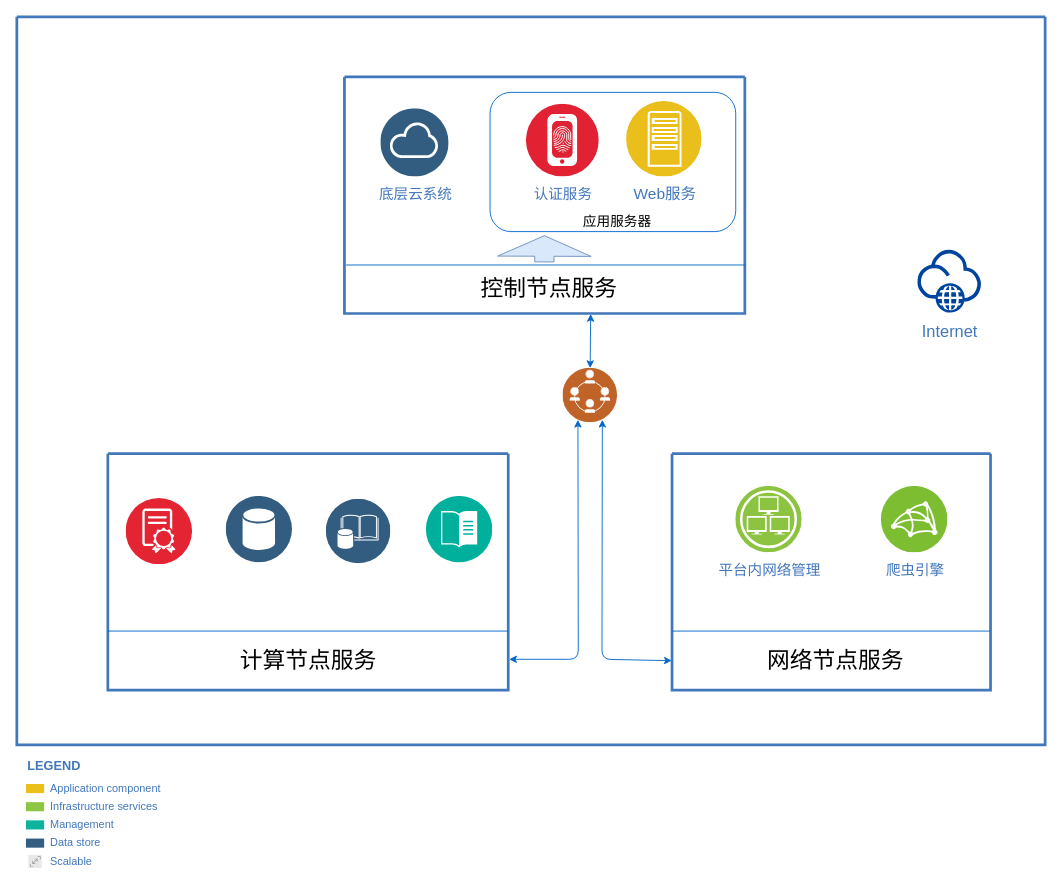
The draw.io diagram 知识图谱平台框架图.drawio in yhx123hero/CyberspaceSecurity_NER, before the edit. Source tidied: cells renumbered, new cells numbered last; positions are measured from the earlier drawing's top-left corner, leaving out a move shared by most shapes. Both pictures are drawn from the tidied source at 91%, with x=0, y=0 at pixel (16, 16).
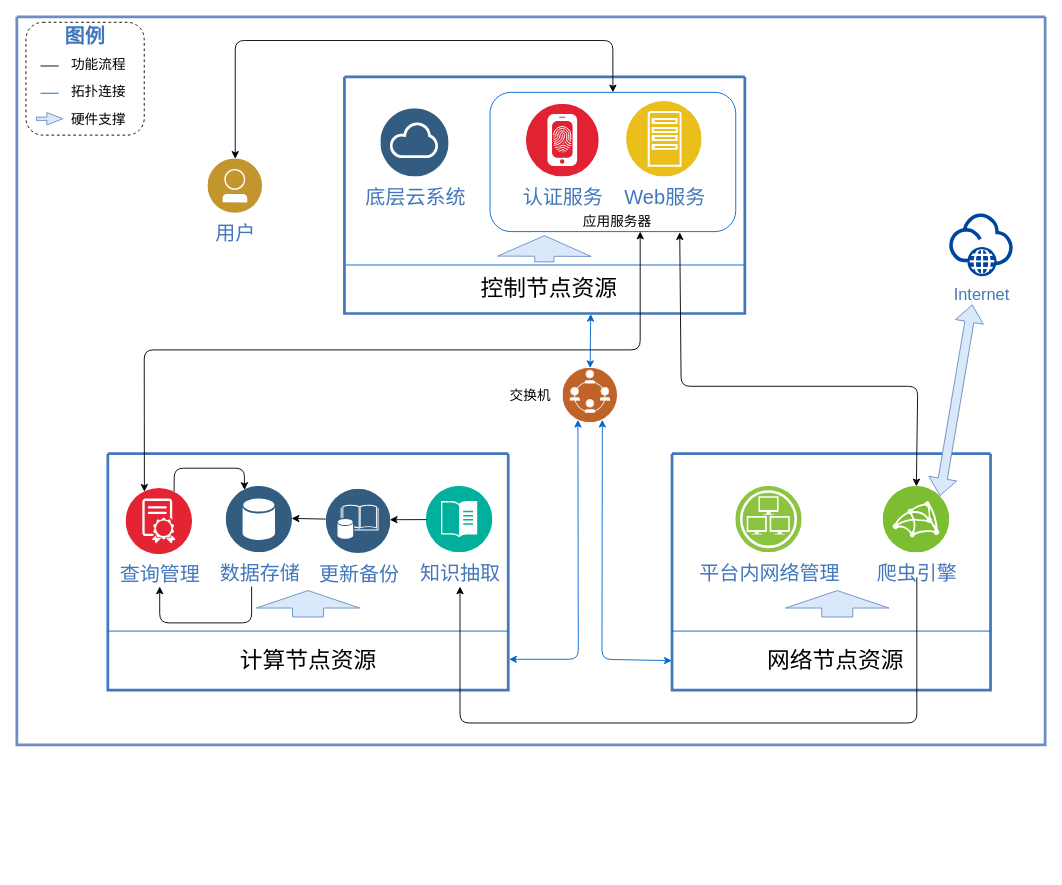
Above is the later version.

Commit message (it also covers changes not shown here):
更新知识图谱平台框架图.drawio

The change refers to these unchanged cells:
```xml
<mxCell id="3" style="swimlane;shadow=0;strokeColor=#4277BB;fillColor=#ffffff;fontColor=#4277BB;align=right;startSize=0;strokeWidth=3;" parent="2" vertex="1">
  <mxGeometry x="720" y="480" width="350" height="260" as="geometry" />
</mxCell>
<mxCell id="7" style="swimlane;shadow=0;strokeColor=#4277BB;fillColor=#ffffff;fontColor=#4277BB;align=right;startSize=0;strokeWidth=3;" parent="2" vertex="1">
  <mxGeometry x="100" y="480" width="440" height="260" as="geometry" />
</mxCell>
<mxCell id="13" style="swimlane;shadow=0;strokeColor=#4277BB;fillColor=#ffffff;fontColor=#4277BB;align=right;startSize=0;strokeWidth=3;fontSize=17;" parent="2" vertex="1">
  <mxGeometry x="360" y="66" width="440" height="260" as="geometry" />
</mxCell>
<mxCell id="14" style="rounded=1;whiteSpace=wrap;html=1;fontSize=17;strokeColor=#0066CC;fillColor=none;verticalAlign=bottom;" parent="13" vertex="1">
  <mxGeometry x="160" y="17" width="270" height="153" as="geometry" />
</mxCell>
```

Diff of the diagram source:
```diff
@@
-    <mxCell id="2" style="swimlane;shadow=0;strokeColor=#4277BB;fillColor=#ffffff;fontColor=#4277BB;align=right;startSize=0;strokeWidth=3;fontSize=13;" parent="1" vertex="1">
+    <mxCell id="2" style="swimlane;shadow=0;strokeColor=#6c8ebf;fillColor=#dae8fc;align=right;startSize=0;strokeWidth=3;fontSize=13;" parent="1" vertex="1">
       <mxGeometry width="1130" height="800" as="geometry" />
     </mxCell>
@@
-    <mxCell id="4" value="爬虫引擎" style="perimeter=ellipsePerimeter;html=1;align=center;shadow=0;dashed=0;fontColor=#4277BB;labelBackgroundColor=#ffffff;fontSize=16;spacingTop=3;image;image=img/lib/ibm/infrastructure/microservices_mesh.svg;strokeColor=#0066CC;fillColor=none;" parent="3" vertex="1">
-      <mxGeometry x="230" y="36" width="73" height="73" as="geometry" />
+    <mxCell id="4" value="爬虫引擎" style="perimeter=ellipsePerimeter;html=1;align=center;shadow=0;dashed=0;fontColor=#4277BB;labelBackgroundColor=#ffffff;fontSize=22;spacingTop=3;image;image=img/lib/ibm/infrastructure/microservices_mesh.svg;strokeColor=#0066CC;fillColor=none;" parent="3" vertex="1">
+      <mxGeometry x="232" y="36" width="73" height="73" as="geometry" />
     </mxCell>
-    <mxCell id="5" value="平台内网络管理" style="perimeter=ellipsePerimeter;html=1;align=center;shadow=0;dashed=0;fontColor=#4277BB;labelBackgroundColor=#ffffff;fontSize=16;spacingTop=3;image;image=img/lib/ibm/infrastructure/infrastructure_services.svg;strokeColor=#0066CC;fillColor=none;" parent="3" vertex="1">
+    <mxCell id="5" value="平台内网络管理" style="perimeter=ellipsePerimeter;html=1;align=center;shadow=0;dashed=0;fontColor=#4277BB;labelBackgroundColor=#ffffff;fontSize=22;spacingTop=3;image;image=img/lib/ibm/infrastructure/infrastructure_services.svg;strokeColor=#0066CC;fillColor=none;" parent="3" vertex="1">
       <mxGeometry x="70" y="36" width="73" height="73" as="geometry" />
     </mxCell>
-    <mxCell id="6" value="&lt;font style=&quot;font-size: 25px&quot;&gt;网络节点服务&lt;/font&gt;" style="text;html=1;strokeColor=none;fillColor=none;align=center;verticalAlign=middle;whiteSpace=wrap;rounded=0;fontSize=16;" parent="3" vertex="1">
+    <mxCell id="6" value="&lt;font style=&quot;font-size: 25px&quot;&gt;网络节点资源&lt;/font&gt;" style="text;html=1;strokeColor=none;fillColor=none;align=center;verticalAlign=middle;whiteSpace=wrap;rounded=0;fontSize=16;" parent="3" vertex="1">
       <mxGeometry x="100" y="216" width="160" height="20" as="geometry" />
     </mxCell>
+    <mxCell id="35" style="shape=flexArrow;endArrow=classic;html=1;strokeColor=#6c8ebf;fontSize=15;endWidth=78.61111111111111;endSize=6.055555555555555;width=34.166666666666664;fillColor=#dae8fc;" parent="3" edge="1">
+      <mxGeometry relative="1" as="geometry">
+        <mxPoint x="181.6" y="180" as="sourcePoint" />
+        <mxPoint x="181.6" y="150" as="targetPoint" />
+      </mxGeometry>
+    </mxCell>
@@
-    <mxCell id="8" style="perimeter=ellipsePerimeter;html=1;align=center;shadow=0;dashed=0;fontColor=#4277BB;labelBackgroundColor=#ffffff;fontSize=12;spacingTop=3;image;image=img/lib/ibm/management/content_management.svg;strokeColor=#0066CC;fillColor=none;" parent="7" vertex="1">
-      <mxGeometry x="350" y="47" width="73" height="73" as="geometry" />
+    <mxCell id="8" value="知识抽取" style="perimeter=ellipsePerimeter;html=1;align=center;shadow=0;dashed=0;fontColor=#4277BB;labelBackgroundColor=#ffffff;fontSize=22;spacingTop=3;image;image=img/lib/ibm/management/content_management.svg;strokeColor=#0066CC;fillColor=none;" parent="7" vertex="1">
+      <mxGeometry x="350" y="36" width="73" height="73" as="geometry" />
     </mxCell>
-    <mxCell id="9" value="&lt;span style=&quot;font-size: 25px&quot;&gt;计算节点服务&lt;/span&gt;" style="text;html=1;strokeColor=none;fillColor=none;align=center;verticalAlign=middle;whiteSpace=wrap;rounded=0;fontSize=16;" parent="7" vertex="1">
+    <mxCell id="9" value="&lt;span style=&quot;font-size: 25px&quot;&gt;计算节点资源&lt;/span&gt;" style="text;html=1;strokeColor=none;fillColor=none;align=center;verticalAlign=middle;whiteSpace=wrap;rounded=0;fontSize=16;" parent="7" vertex="1">
       <mxGeometry x="142.5" y="216" width="155" height="20" as="geometry" />
     </mxCell>
-    <mxCell id="10" style="perimeter=ellipsePerimeter;html=1;align=center;shadow=0;dashed=0;fontColor=#4277BB;labelBackgroundColor=#ffffff;fontSize=12;spacingTop=3;image;image=img/lib/ibm/data/data_services.svg;strokeColor=#0066CC;fillColor=none;" parent="7" vertex="1">
-      <mxGeometry x="130" y="47" width="73" height="73" as="geometry" />
+    <mxCell id="10" value="数据存储" style="perimeter=ellipsePerimeter;html=1;align=center;shadow=0;dashed=0;fontColor=#4277BB;labelBackgroundColor=#ffffff;fontSize=22;spacingTop=3;image;image=img/lib/ibm/data/data_services.svg;strokeColor=#0066CC;fillColor=none;" parent="7" vertex="1">
+      <mxGeometry x="130" y="36" width="73" height="73" as="geometry" />
     </mxCell>
-    <mxCell id="11" style="perimeter=ellipsePerimeter;html=1;align=center;shadow=0;dashed=0;fontColor=#4277BB;labelBackgroundColor=#ffffff;fontSize=12;spacingTop=3;image;image=img/lib/ibm/data/enterprise_data.svg;strokeColor=#0066CC;fillColor=none;" parent="7" vertex="1">
-      <mxGeometry x="240" y="50" width="71" height="71" as="geometry" />
+    <mxCell id="11" value="更新备份" style="perimeter=ellipsePerimeter;html=1;align=center;shadow=0;dashed=0;fontColor=#4277BB;labelBackgroundColor=#ffffff;fontSize=22;spacingTop=3;image;image=img/lib/ibm/data/enterprise_data.svg;strokeColor=#0066CC;fillColor=none;" parent="7" vertex="1">
+      <mxGeometry x="240" y="39" width="71" height="71" as="geometry" />
     </mxCell>
-    <mxCell id="12" style="perimeter=ellipsePerimeter;html=1;align=center;shadow=0;dashed=0;fontColor=#4277BB;labelBackgroundColor=#ffffff;fontSize=12;spacingTop=3;image;image=img/lib/ibm/blockchain/e_cert.svg;strokeColor=#0066CC;fillColor=none;" parent="7" vertex="1">
-      <mxGeometry x="20" y="49" width="73" height="73" as="geometry" />
+    <mxCell id="12" value="查询管理" style="perimeter=ellipsePerimeter;html=1;align=center;shadow=0;dashed=0;fontColor=#4277BB;labelBackgroundColor=#ffffff;fontSize=22;spacingTop=3;image;image=img/lib/ibm/blockchain/e_cert.svg;strokeColor=#0066CC;fillColor=none;" parent="7" vertex="1">
+      <mxGeometry x="20" y="38" width="73" height="73" as="geometry" />
     </mxCell>
+    <mxCell id="36" style="shape=flexArrow;endArrow=classic;html=1;strokeColor=#6c8ebf;fontSize=15;endWidth=78.61111111111111;endSize=6.055555555555555;width=34.166666666666664;fillColor=#dae8fc;" parent="7" edge="1">
+      <mxGeometry relative="1" as="geometry">
+        <mxPoint x="220" y="180" as="sourcePoint" />
+        <mxPoint x="220" y="150" as="targetPoint" />
+      </mxGeometry>
+    </mxCell>
+    <mxCell id="37" style="html=1;labelBackgroundColor=#ffffff;endArrow=classic;endFill=1;endSize=6;jettySize=auto;strokeWidth=1;fontSize=14;exitX=0;exitY=0.5;exitDx=0;exitDy=0;entryX=0.984;entryY=0.473;entryDx=0;entryDy=0;entryPerimeter=0;" parent="7" edge="1" source="8" target="11">
+      <mxGeometry relative="1" as="geometry" />
+    </mxCell>
+    <mxCell id="38" style="html=1;labelBackgroundColor=#ffffff;endArrow=classic;endFill=1;endSize=6;jettySize=auto;strokeWidth=1;fontSize=14;exitX=-0.006;exitY=0.464;exitDx=0;exitDy=0;entryX=0.986;entryY=0.482;entryDx=0;entryDy=0;exitPerimeter=0;entryPerimeter=0;" parent="7" edge="1" source="11" target="10">
+      <mxGeometry relative="1" as="geometry" />
+    </mxCell>
+    <mxCell id="39" style="html=1;labelBackgroundColor=#ffffff;endArrow=classic;endFill=1;endSize=6;jettySize=auto;orthogonalLoop=1;strokeWidth=1;fontSize=14;" parent="7" edge="1">
+      <mxGeometry relative="1" as="geometry">
+        <mxPoint x="158" y="146" as="sourcePoint" />
+        <mxPoint x="57" y="146" as="targetPoint" />
+        <Array as="points">
+          <mxPoint x="158" y="186" />
+          <mxPoint x="57" y="186" />
+        </Array>
+      </mxGeometry>
+    </mxCell>
+    <mxCell id="40" style="html=1;labelBackgroundColor=#ffffff;endArrow=classic;endFill=1;endSize=6;jettySize=auto;strokeWidth=1;fontSize=14;entryX=0.25;entryY=0;entryDx=0;entryDy=0;exitX=0.75;exitY=0;exitDx=0;exitDy=0;" parent="7" edge="1" source="12" target="10">
+      <mxGeometry relative="1" as="geometry">
+        <Array as="points">
+          <mxPoint x="73" y="16" />
+          <mxPoint x="150" y="16" />
+        </Array>
+      </mxGeometry>
+    </mxCell>
@@
-    <mxCell id="15" value="Web服务" style="perimeter=ellipsePerimeter;html=1;align=center;shadow=0;dashed=0;fontColor=#4277BB;labelBackgroundColor=#ffffff;fontSize=17;spacingTop=3;image;image=img/lib/ibm/applications/app_server.svg;" parent="13" vertex="1">
+    <mxCell id="15" value="Web服务" style="perimeter=ellipsePerimeter;html=1;align=center;shadow=0;dashed=0;fontColor=#4277BB;labelBackgroundColor=#ffffff;fontSize=22;spacingTop=3;image;image=img/lib/ibm/applications/app_server.svg;" parent="13" vertex="1">
       <mxGeometry x="310" y="27" width="83" height="83" as="geometry" />
     </mxCell>
-    <mxCell id="16" value="&lt;font style=&quot;font-size: 16px&quot;&gt;认证服务&lt;/font&gt;" style="perimeter=ellipsePerimeter;html=1;align=center;shadow=0;dashed=0;fontColor=#4277BB;labelBackgroundColor=#ffffff;fontSize=12;spacingTop=3;image;image=img/lib/ibm/security/identity_provider.svg;strokeColor=#0066CC;fillColor=none;" parent="13" vertex="1">
+    <mxCell id="16" value="&lt;font style=&quot;font-size: 22px;&quot;&gt;认证服务&lt;/font&gt;" style="perimeter=ellipsePerimeter;html=1;align=center;shadow=0;dashed=0;fontColor=#4277BB;labelBackgroundColor=#ffffff;fontSize=22;spacingTop=3;image;image=img/lib/ibm/security/identity_provider.svg;strokeColor=#0066CC;fillColor=none;" parent="13" vertex="1">
       <mxGeometry x="200" y="30" width="80" height="80" as="geometry" />
     </mxCell>
-    <mxCell id="17" value="底层云系统" style="perimeter=ellipsePerimeter;html=1;align=center;shadow=0;dashed=0;fontColor=#4277BB;labelBackgroundColor=#ffffff;fontSize=16;spacingTop=3;image;image=img/lib/ibm/data/cloud.svg;strokeColor=#0066CC;fillColor=none;" parent="13" vertex="1">
+    <mxCell id="17" value="底层云系统" style="perimeter=ellipsePerimeter;html=1;align=center;shadow=0;dashed=0;fontColor=#4277BB;labelBackgroundColor=#ffffff;fontSize=22;spacingTop=3;image;image=img/lib/ibm/data/cloud.svg;strokeColor=#0066CC;fillColor=none;" parent="13" vertex="1">
       <mxGeometry x="40" y="35" width="75" height="75" as="geometry" />
     </mxCell>
-    <mxCell id="18" value="&lt;font style=&quot;font-size: 25px&quot;&gt;控制节点服务&lt;/font&gt;" style="text;html=1;strokeColor=none;fillColor=none;align=center;verticalAlign=middle;whiteSpace=wrap;rounded=0;fontSize=16;" parent="13" vertex="1">
+    <mxCell id="18" value="&lt;font style=&quot;font-size: 25px&quot;&gt;控制节点资源&lt;/font&gt;" style="text;html=1;strokeColor=none;fillColor=none;align=center;verticalAlign=middle;whiteSpace=wrap;rounded=0;fontSize=16;" parent="13" vertex="1">
       <mxGeometry x="140" y="221" width="170" height="20" as="geometry" />
     </mxCell>
@@
     <mxCell id="28" value="Internet" style="perimeter=ellipsePerimeter;html=1;align=center;shadow=0;dashed=0;fontColor=#4277BB;labelBackgroundColor=#ffffff;fontSize=18;spacingTop=3;image;image=img/lib/ibm/vpc/Internet.svg;strokeColor=#0066CC;fillColor=none;" parent="2" vertex="1">
-      <mxGeometry x="990" y="256" width="70" height="70" as="geometry" />
+      <mxGeometry x="1025" y="216" width="70" height="70" as="geometry" />
     </mxCell>
-    <mxCell id="29" value="Application component" style="rounded=0;html=1;shadow=0;labelBackgroundColor=none;strokeColor=none;strokeWidth=2;fillColor=#EBC01A;gradientColor=none;fontSize=12;fontColor=#4277BB;align=left;labelPosition=right;verticalLabelPosition=middle;verticalAlign=middle;spacingLeft=5;" parent="1" vertex="1">
-      <mxGeometry x="10" y="843" width="20" height="10" as="geometry" />
-    </mxCell>
-    <mxCell id="30" value="Infrastructure services" style="rounded=0;html=1;shadow=0;labelBackgroundColor=none;strokeColor=none;strokeWidth=2;fillColor=#8DC642;gradientColor=none;fontSize=12;fontColor=#4277BB;align=left;labelPosition=right;verticalLabelPosition=middle;verticalAlign=middle;spacingLeft=5;" parent="1" vertex="1">
-      <mxGeometry x="10" y="863" width="20" height="10" as="geometry" />
-    </mxCell>
-    <mxCell id="31" value="Management" style="rounded=0;html=1;shadow=0;labelBackgroundColor=none;strokeColor=none;strokeWidth=2;fillColor=#0DB39D;gradientColor=none;fontSize=12;fontColor=#4277BB;align=left;labelPosition=right;verticalLabelPosition=middle;verticalAlign=middle;spacingLeft=5;" parent="1" vertex="1">
-      <mxGeometry x="10" y="883" width="20" height="10" as="geometry" />
-    </mxCell>
-    <mxCell id="32" value="Data store" style="rounded=0;html=1;shadow=0;labelBackgroundColor=none;strokeColor=none;strokeWidth=2;fillColor=#335D81;gradientColor=none;fontSize=12;fontColor=#4277BB;align=left;labelPosition=right;verticalLabelPosition=middle;verticalAlign=middle;spacingLeft=5;" parent="1" vertex="1">
-      <mxGeometry x="10" y="903" width="20" height="10" as="geometry" />
-    </mxCell>
+    <mxCell id="41" style="html=1;labelBackgroundColor=#ffffff;startArrow=classic;startFill=1;startSize=6;endArrow=classic;endFill=1;endSize=6;jettySize=auto;strokeWidth=1;fontSize=14;entryX=0.772;entryY=1.005;entryDx=0;entryDy=0;exitX=0.5;exitY=0;exitDx=0;exitDy=0;entryPerimeter=0;" parent="2" edge="1" source="4" target="14">
+      <mxGeometry relative="1" as="geometry">
+        <Array as="points">
+          <mxPoint x="990" y="406" />
+          <mxPoint x="730" y="406" />
+        </Array>
+      </mxGeometry>
+    </mxCell>
+    <mxCell id="42" style="html=1;labelBackgroundColor=#ffffff;endArrow=classic;endFill=1;endSize=6;jettySize=auto;orthogonalLoop=1;strokeWidth=1;fontSize=14;" parent="2" edge="1">
+      <mxGeometry relative="1" as="geometry">
+        <mxPoint x="989" y="616" as="sourcePoint" />
+        <mxPoint x="487" y="626" as="targetPoint" />
+        <Array as="points">
+          <mxPoint x="989" y="776" />
+          <mxPoint x="487" y="776" />
+        </Array>
+      </mxGeometry>
+    </mxCell>
+    <mxCell id="43" style="html=1;labelBackgroundColor=#ffffff;startArrow=classic;startFill=1;startSize=6;endArrow=classic;endFill=1;endSize=6;jettySize=auto;strokeWidth=1;fontSize=14;exitX=0.25;exitY=0;exitDx=0;exitDy=0;" parent="2" edge="1" source="12">
+      <mxGeometry relative="1" as="geometry">
+        <mxPoint x="685" y="236" as="targetPoint" />
+        <Array as="points">
+          <mxPoint x="140" y="366" />
+          <mxPoint x="685" y="366" />
+        </Array>
+      </mxGeometry>
+    </mxCell>
+    <mxCell id="44" value="用户" style="perimeter=ellipsePerimeter;html=1;align=center;shadow=0;dashed=0;fontColor=#4277BB;labelBackgroundColor=#ffffff;fontSize=22;spacingTop=3;image;image=img/lib/ibm/users/user.svg;strokeColor=#0066CC;fillColor=none;" parent="2" vertex="1">
+      <mxGeometry x="210" y="156" width="60" height="60" as="geometry" />
+    </mxCell>
+    <mxCell id="45" style="html=1;labelBackgroundColor=#ffffff;startArrow=classic;startFill=1;startSize=6;endArrow=classic;endFill=1;endSize=6;jettySize=auto;strokeWidth=1;fontSize=14;exitX=0.5;exitY=0;exitDx=0;exitDy=0;entryX=0.5;entryY=0;entryDx=0;entryDy=0;" parent="2" edge="1" source="44" target="14">
+      <mxGeometry relative="1" as="geometry">
+        <Array as="points">
+          <mxPoint x="240" y="26" />
+          <mxPoint x="655" y="26" />
+        </Array>
+      </mxGeometry>
+    </mxCell>
+    <mxCell id="46" style="shape=flexArrow;endArrow=classic;startArrow=classic;html=1;fontSize=16;exitX=1;exitY=0;exitDx=0;exitDy=0;fillColor=#dae8fc;strokeColor=#6c8ebf;" parent="2" edge="1" source="4">
+      <mxGeometry relative="1" as="geometry">
+        <mxPoint x="1050" y="316" as="targetPoint" />
+      </mxGeometry>
+    </mxCell>
-    <mxCell id="33" value="LEGEND" style="text;html=1;align=left;verticalAlign=middle;fontColor=#4277BB;shadow=0;dashed=0;strokeColor=none;fillColor=none;labelBackgroundColor=none;fontStyle=1;fontSize=14;spacingLeft=0;" parent="1" vertex="1">
-      <mxGeometry x="10" y="813" width="150" height="20" as="geometry" />
+    <mxCell id="33" value="图例" style="text;html=1;align=left;verticalAlign=middle;fontColor=#4277BB;shadow=0;dashed=0;strokeColor=none;fillColor=none;labelBackgroundColor=none;fontStyle=1;fontSize=22;spacingLeft=0;" parent="2" vertex="1">
+      <mxGeometry x="51" y="12" width="60" height="20" as="geometry" />
     </mxCell>
-    <mxCell id="34" value="Scalable" style="perimeter=ellipsePerimeter;html=1;align=left;shadow=0;image;image=img/lib/ibm/miscellaneous/scalable.svg;rounded=0;labelBackgroundColor=none;strokeColor=none;strokeWidth=2;fillColor=#335D81;gradientColor=none;fontSize=12;fontColor=#4277BB;verticalAlign=middle;spacingLeft=7;labelPosition=right;verticalLabelPosition=middle;" parent="1" vertex="1">
-      <mxGeometry x="13" y="921" width="15" height="15" as="geometry" />
-    </mxCell>
+    <mxCell id="47" style="html=1;labelBackgroundColor=#ffffff;jettySize=auto;orthogonalLoop=1;strokeWidth=1;fontSize=14;endArrow=none;endFill=0;" parent="2" edge="1">
+      <mxGeometry relative="1" as="geometry">
+        <mxPoint x="26" y="54" as="sourcePoint" />
+        <mxPoint x="46" y="54" as="targetPoint" />
+      </mxGeometry>
+    </mxCell>
+    <mxCell id="48" value="功能流程" style="text;html=1;strokeColor=none;fillColor=none;align=center;verticalAlign=middle;whiteSpace=wrap;rounded=0;fontSize=15;" parent="2" vertex="1">
+      <mxGeometry x="55" y="42" width="70" height="20" as="geometry" />
+    </mxCell>
+    <mxCell id="49" style="html=1;labelBackgroundColor=#ffffff;jettySize=auto;orthogonalLoop=1;strokeWidth=1;fontSize=14;endArrow=none;endFill=0;strokeColor=#0066CC;" parent="2" edge="1">
+      <mxGeometry relative="1" as="geometry">
+        <mxPoint x="26" y="84" as="sourcePoint" />
+        <mxPoint x="46" y="84" as="targetPoint" />
+      </mxGeometry>
+    </mxCell>
+    <mxCell id="50" value="拓扑连接" style="text;html=1;strokeColor=none;fillColor=none;align=center;verticalAlign=middle;whiteSpace=wrap;rounded=0;fontSize=15;" parent="2" vertex="1">
+      <mxGeometry x="55" y="72" width="70" height="20" as="geometry" />
+    </mxCell>
+    <mxCell id="51" style="shape=flexArrow;endArrow=classic;html=1;strokeColor=#6c8ebf;fontSize=15;width=3.611111111111111;endSize=5.5;endWidth=8.966049382716049;fillColor=#dae8fc;" parent="2" edge="1">
+      <mxGeometry relative="1" as="geometry">
+        <mxPoint x="21" y="112" as="sourcePoint" />
+        <mxPoint x="51" y="112" as="targetPoint" />
+      </mxGeometry>
+    </mxCell>
+    <mxCell id="52" value="硬件支撑" style="text;html=1;strokeColor=none;fillColor=none;align=center;verticalAlign=middle;whiteSpace=wrap;rounded=0;fontSize=15;" parent="2" vertex="1">
+      <mxGeometry x="55" y="102" width="70" height="20" as="geometry" />
+    </mxCell>
+    <mxCell id="53" style="rounded=1;whiteSpace=wrap;html=1;fillColor=none;fontSize=15;dashed=1;" parent="2" vertex="1">
+      <mxGeometry x="10" y="6" width="130" height="124" as="geometry" />
+    </mxCell>
+    <mxCell id="54" value="交换机" style="text;html=1;strokeColor=none;fillColor=none;align=center;verticalAlign=middle;whiteSpace=wrap;rounded=0;dashed=1;fontSize=15;" parent="2" vertex="1">
+      <mxGeometry x="532" y="406" width="65" height="20" as="geometry" />
+    </mxCell>
```
